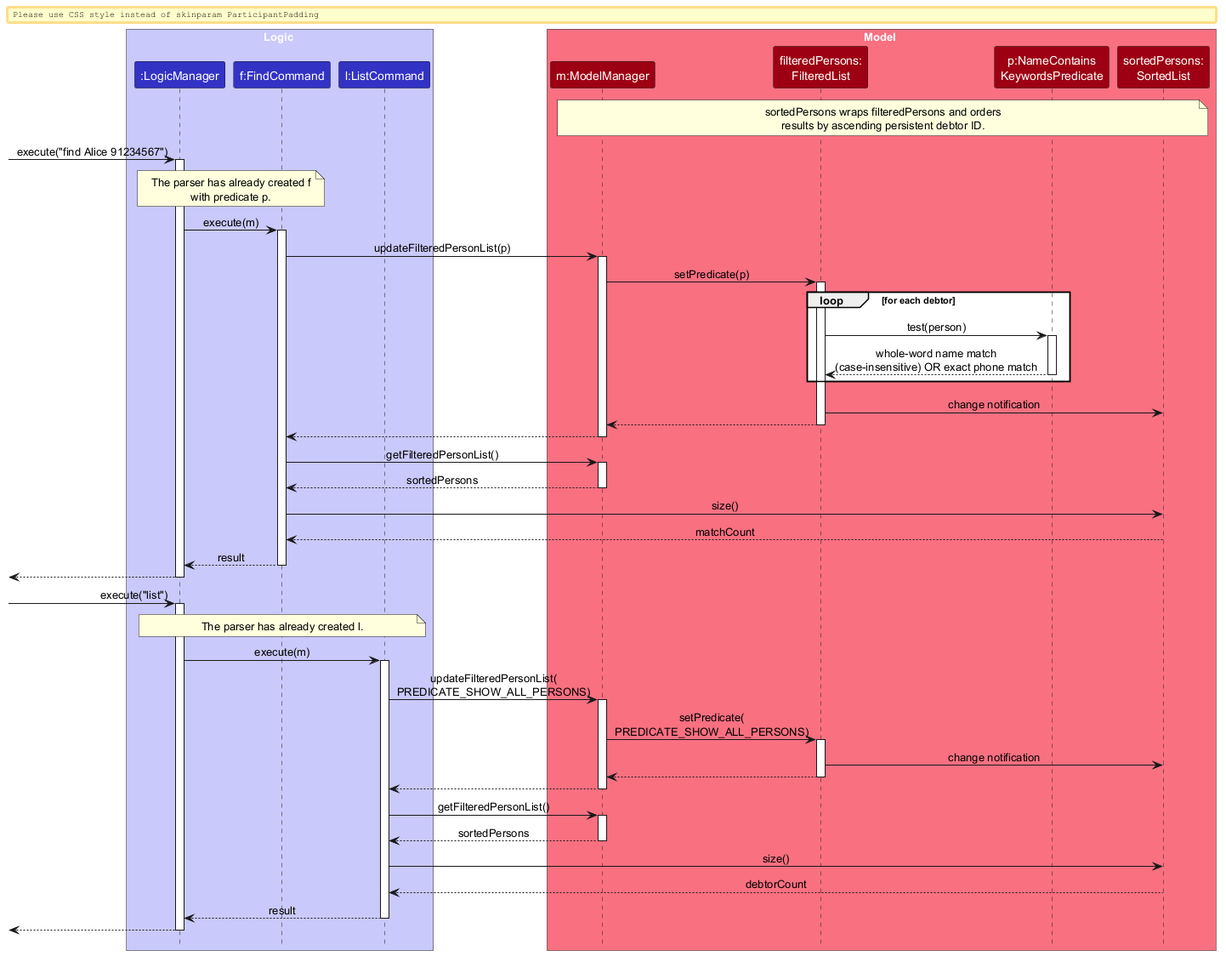
Earlier version of the PlantUML export docs/images/FindListSequenceDiagram.png (AY2627S1-CS2103T-F08-1/tp).
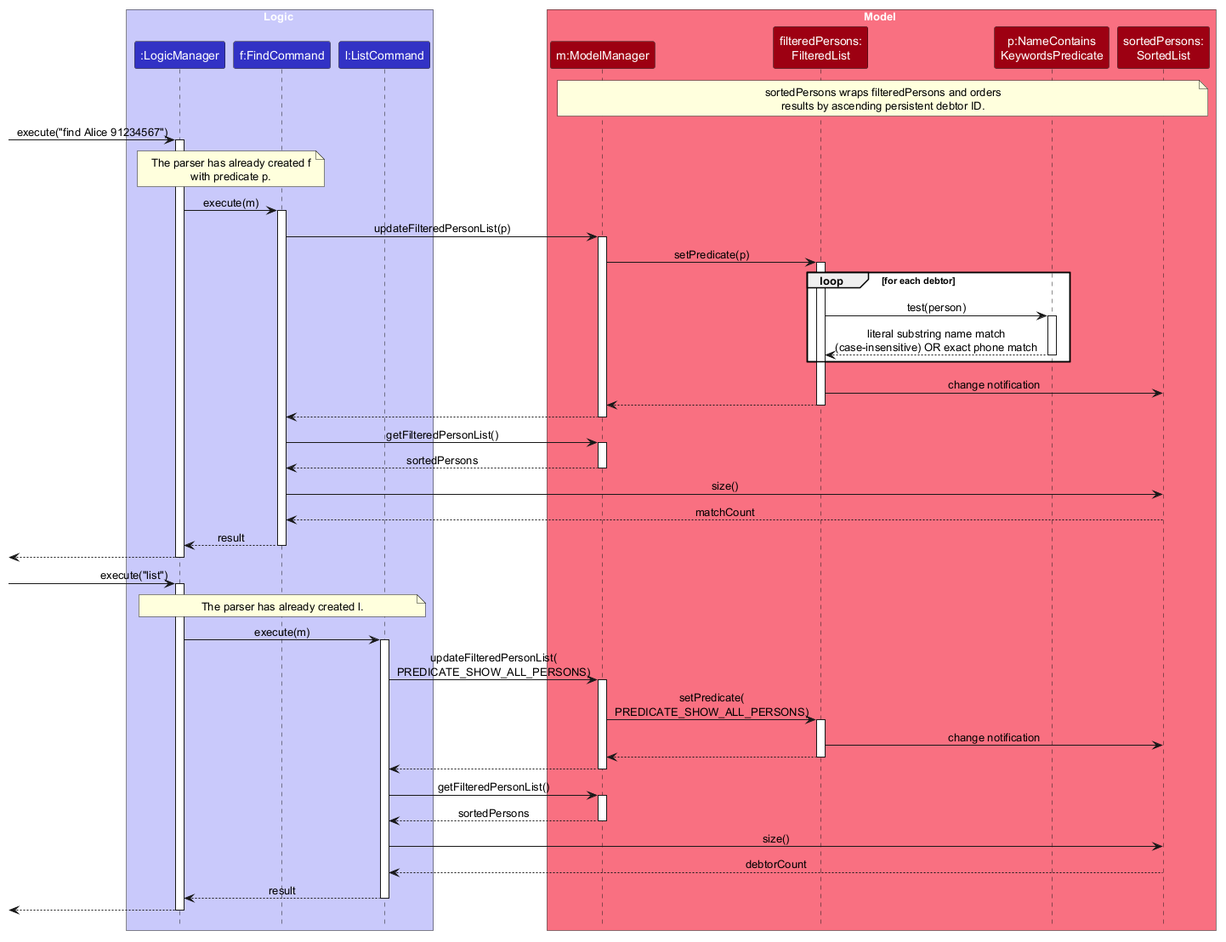
The same diagram one commit later.

Commit message:
Support partial name search

Change to the diagram source:
```diff
@@ -35,7 +35,7 @@
 loop for each debtor
     FilteredList -> Predicate : test(person)
     activate Predicate
-    Predicate --> FilteredList : whole-word name match\n(case-insensitive) OR exact phone match
+    Predicate --> FilteredList : literal substring name match\n(case-insensitive) OR exact phone match
     deactivate Predicate
 end
 FilteredList -> SortedList : change notification
```
